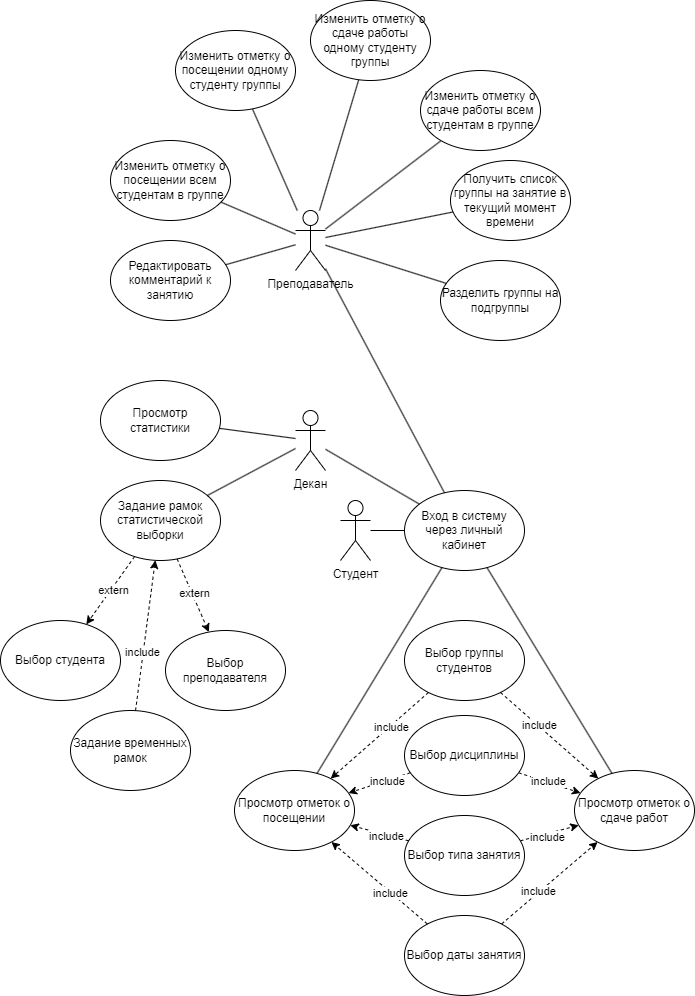
Before: ВКР/drawio/png/Спецификации-Use - case.drawio.png, a diagram exported from draw.io (kuskas112/Labs). Source tidied: cells renumbered, new cells last; positions are measured from the earlier drawing's top-left corner, leaving out a move shared by most shapes.
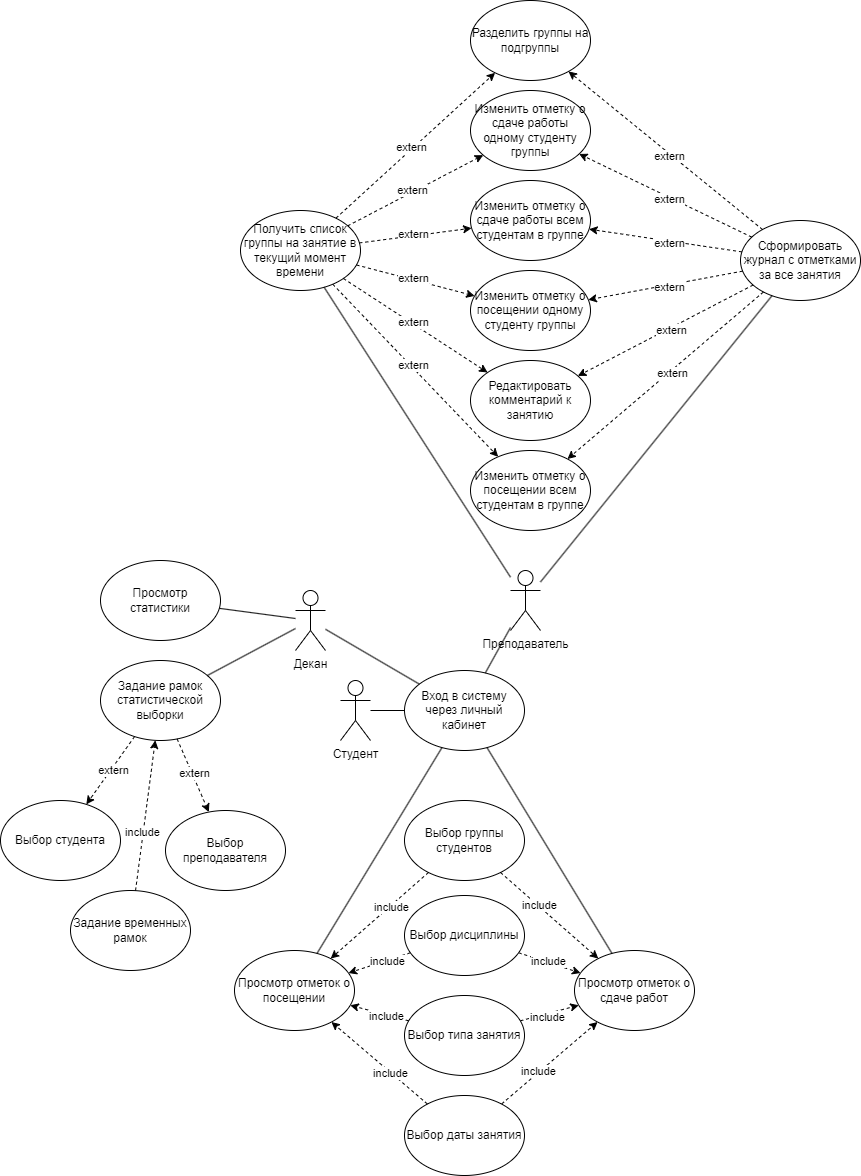
Later version of the same file.

Diff of the diagram source:
```diff
@@ -5,38 +5,23 @@
     <mxCell id="2" value="Студент" style="shape=umlActor;verticalLabelPosition=bottom;verticalAlign=top;html=1;outlineConnect=0;" parent="1" vertex="1">
       <mxGeometry x="340" y="500" width="30" height="60" as="geometry" />
     </mxCell>
-    <mxCell id="3" style="edgeStyle=none;rounded=0;jettySize=auto;html=1;strokeColor=default;align=center;verticalAlign=middle;fontFamily=Helvetica;fontSize=11;fontColor=default;labelBackgroundColor=default;endArrow=none;endFill=0;" parent="1" edge="1" source="8" target="12">
-      <mxGeometry relative="1" as="geometry" />
-    </mxCell>
-    <mxCell id="4" style="edgeStyle=none;rounded=0;jettySize=auto;html=1;strokeColor=default;align=center;verticalAlign=middle;fontFamily=Helvetica;fontSize=11;fontColor=default;labelBackgroundColor=default;endArrow=none;endFill=0;" parent="1" edge="1" source="8" target="11">
-      <mxGeometry relative="1" as="geometry" />
-    </mxCell>
-    <mxCell id="5" style="edgeStyle=none;rounded=0;jettySize=auto;html=1;strokeColor=default;align=center;verticalAlign=middle;fontFamily=Helvetica;fontSize=11;fontColor=default;labelBackgroundColor=default;endArrow=none;endFill=0;" parent="1" edge="1" source="8" target="13">
-      <mxGeometry relative="1" as="geometry" />
-    </mxCell>
-    <mxCell id="6" style="edgeStyle=none;rounded=0;jettySize=auto;html=1;strokeColor=default;align=center;verticalAlign=middle;fontFamily=Helvetica;fontSize=11;fontColor=default;labelBackgroundColor=default;endArrow=none;endFill=0;" parent="1" edge="1" source="8" target="9">
-      <mxGeometry relative="1" as="geometry" />
-    </mxCell>
-    <mxCell id="7" style="edgeStyle=none;rounded=0;jettySize=auto;html=1;strokeColor=default;align=center;verticalAlign=middle;fontFamily=Helvetica;fontSize=11;fontColor=default;labelBackgroundColor=default;endArrow=none;endFill=0;" parent="1" edge="1" source="8" target="10">
-      <mxGeometry relative="1" as="geometry" />
-    </mxCell>
     <mxCell id="8" value="Преподаватель" style="shape=umlActor;verticalLabelPosition=bottom;verticalAlign=top;html=1;outlineConnect=0;" parent="1" vertex="1">
-      <mxGeometry x="295" y="210" width="30" height="60" as="geometry" />
+      <mxGeometry x="510" y="390" width="30" height="60" as="geometry" />
     </mxCell>
     <mxCell id="9" value="Редактировать комментарий к занятию" style="ellipse;whiteSpace=wrap;html=1;" parent="1" vertex="1">
-      <mxGeometry x="110" y="240" width="120" height="80" as="geometry" />
+      <mxGeometry x="470" y="180" width="120" height="80" as="geometry" />
     </mxCell>
     <mxCell id="10" value="Изменить отметку о посещении всем студентам в группе" style="ellipse;whiteSpace=wrap;html=1;" parent="1" vertex="1">
-      <mxGeometry x="110" y="140" width="120" height="80" as="geometry" />
+      <mxGeometry x="470" y="270" width="120" height="80" as="geometry" />
     </mxCell>
     <mxCell id="11" value="Изменить отметку о посещении одному студенту группы" style="ellipse;whiteSpace=wrap;html=1;" parent="1" vertex="1">
-      <mxGeometry x="175" y="30" width="120" height="80" as="geometry" />
+      <mxGeometry x="470" y="90" width="120" height="80" as="geometry" />
     </mxCell>
     <mxCell id="12" value="Изменить отметку о сдаче работы одному студенту группы" style="ellipse;whiteSpace=wrap;html=1;" parent="1" vertex="1">
-      <mxGeometry x="310" width="120" height="80" as="geometry" />
+      <mxGeometry x="470" y="-90" width="120" height="80" as="geometry" />
     </mxCell>
     <mxCell id="13" value="Изменить отметку о сдаче работы всем студентам в группе" style="ellipse;whiteSpace=wrap;html=1;" parent="1" vertex="1">
-      <mxGeometry x="420" y="70" width="120" height="80" as="geometry" />
+      <mxGeometry x="470" width="120" height="80" as="geometry" />
     </mxCell>
     <mxCell id="14" value="Вход в систему через личный кабинет" style="ellipse;whiteSpace=wrap;html=1;" parent="1" vertex="1">
       <mxGeometry x="404" y="490" width="120" height="80" as="geometry" />
@@ -80,17 +65,14 @@
       <mxGeometry x="404" y="715" width="120" height="80" as="geometry" />
     </mxCell>
     <mxCell id="27" value="Получить список группы на занятие в текущий момент времени" style="ellipse;whiteSpace=wrap;html=1;" parent="1" vertex="1">
-      <mxGeometry x="450" y="160" width="120" height="80" as="geometry" />
+      <mxGeometry x="240" y="30" width="120" height="80" as="geometry" />
     </mxCell>
     <mxCell id="28" value="Разделить группы на подгруппы" style="ellipse;whiteSpace=wrap;html=1;" parent="1" vertex="1">
-      <mxGeometry x="440" y="260" width="120" height="80" as="geometry" />
+      <mxGeometry x="470" y="-180" width="120" height="80" as="geometry" />
     </mxCell>
     <mxCell id="29" style="edgeStyle=none;rounded=0;jettySize=auto;html=1;strokeColor=default;align=center;verticalAlign=middle;fontFamily=Helvetica;fontSize=11;fontColor=default;labelBackgroundColor=default;endArrow=none;endFill=0;" parent="1" edge="1" source="8" target="27">
       <mxGeometry relative="1" as="geometry" />
     </mxCell>
-    <mxCell id="30" style="edgeStyle=none;rounded=0;jettySize=auto;html=1;strokeColor=default;align=center;verticalAlign=middle;fontFamily=Helvetica;fontSize=11;fontColor=default;labelBackgroundColor=default;endArrow=none;endFill=0;" parent="1" edge="1" source="8" target="28">
-      <mxGeometry relative="1" as="geometry" />
-    </mxCell>
     <mxCell id="31" style="edgeStyle=none;rounded=0;jettySize=auto;html=1;dashed=1;strokeColor=default;align=center;verticalAlign=middle;fontFamily=Helvetica;fontSize=11;fontColor=default;labelBackgroundColor=default;endArrow=classic;endFill=1;" parent="1" edge="1" source="17" target="16">
       <mxGeometry relative="1" as="geometry" />
     </mxCell>
@@ -178,5 +160,83 @@
     <mxCell id="59" value="include" style="edgeLabel;html=1;align=center;verticalAlign=middle;fontFamily=Helvetica;fontSize=11;fontColor=default;labelBackgroundColor=default;" parent="58" vertex="1">
       <mxGeometry x="-0.22" y="1" relative="1" as="geometry" />
     </mxCell>
+    <mxCell id="60" style="edgeStyle=none;rounded=0;jettySize=auto;html=1;dashed=1;strokeColor=default;align=center;verticalAlign=middle;fontFamily=Helvetica;fontSize=11;fontColor=default;labelBackgroundColor=default;endArrow=classic;endFill=1;" parent="1" edge="1" source="27" target="13">
+      <mxGeometry relative="1" as="geometry" />
+    </mxCell>
+    <mxCell id="61" value="extern" style="edgeLabel;html=1;align=center;verticalAlign=middle;" parent="60" vertex="1">
+      <mxGeometry x="-0.05" y="2" relative="1" as="geometry" />
+    </mxCell>
+    <mxCell id="62" style="edgeStyle=none;rounded=0;jettySize=auto;html=1;dashed=1;strokeColor=default;align=center;verticalAlign=middle;fontFamily=Helvetica;fontSize=11;fontColor=default;labelBackgroundColor=default;endArrow=classic;endFill=1;" parent="1" edge="1" source="27" target="12">
+      <mxGeometry relative="1" as="geometry" />
+    </mxCell>
+    <mxCell id="63" value="extern" style="edgeLabel;html=1;align=center;verticalAlign=middle;" parent="62" vertex="1">
+      <mxGeometry x="-0.05" y="2" relative="1" as="geometry" />
+    </mxCell>
+    <mxCell id="64" style="edgeStyle=none;rounded=0;jettySize=auto;html=1;dashed=1;strokeColor=default;align=center;verticalAlign=middle;fontFamily=Helvetica;fontSize=11;fontColor=default;labelBackgroundColor=default;endArrow=classic;endFill=1;" parent="1" edge="1" source="27" target="11">
+      <mxGeometry relative="1" as="geometry" />
+    </mxCell>
+    <mxCell id="65" value="extern" style="edgeLabel;html=1;align=center;verticalAlign=middle;" parent="64" vertex="1">
+      <mxGeometry x="-0.05" y="2" relative="1" as="geometry" />
+    </mxCell>
+    <mxCell id="66" style="edgeStyle=none;rounded=0;jettySize=auto;html=1;dashed=1;strokeColor=default;align=center;verticalAlign=middle;fontFamily=Helvetica;fontSize=11;fontColor=default;labelBackgroundColor=default;endArrow=classic;endFill=1;" parent="1" edge="1" source="27" target="10">
+      <mxGeometry relative="1" as="geometry" />
+    </mxCell>
+    <mxCell id="67" value="extern" style="edgeLabel;html=1;align=center;verticalAlign=middle;" parent="66" vertex="1">
+      <mxGeometry x="-0.05" y="2" relative="1" as="geometry" />
+    </mxCell>
+    <mxCell id="68" style="edgeStyle=none;rounded=0;jettySize=auto;html=1;dashed=1;strokeColor=default;align=center;verticalAlign=middle;fontFamily=Helvetica;fontSize=11;fontColor=default;labelBackgroundColor=default;endArrow=classic;endFill=1;" parent="1" edge="1" source="27" target="9">
+      <mxGeometry relative="1" as="geometry" />
+    </mxCell>
+    <mxCell id="69" value="extern" style="edgeLabel;html=1;align=center;verticalAlign=middle;" parent="68" vertex="1">
+      <mxGeometry x="-0.05" y="2" relative="1" as="geometry" />
+    </mxCell>
+    <mxCell id="70" style="edgeStyle=none;rounded=0;jettySize=auto;html=1;dashed=1;strokeColor=default;align=center;verticalAlign=middle;fontFamily=Helvetica;fontSize=11;fontColor=default;labelBackgroundColor=default;endArrow=classic;endFill=1;" parent="1" edge="1" source="27" target="28">
+      <mxGeometry relative="1" as="geometry" />
+    </mxCell>
+    <mxCell id="71" value="extern" style="edgeLabel;html=1;align=center;verticalAlign=middle;" parent="70" vertex="1">
+      <mxGeometry x="-0.05" y="2" relative="1" as="geometry" />
+    </mxCell>
+    <mxCell id="72" value="Сформировать журнал с отметками за все занятия" style="ellipse;whiteSpace=wrap;html=1;" parent="1" vertex="1">
+      <mxGeometry x="740" y="40" width="120" height="80" as="geometry" />
+    </mxCell>
+    <mxCell id="73" style="edgeStyle=none;rounded=0;jettySize=auto;html=1;dashed=1;strokeColor=default;align=center;verticalAlign=middle;fontFamily=Helvetica;fontSize=11;fontColor=default;labelBackgroundColor=default;endArrow=classic;endFill=1;" parent="1" edge="1" source="72" target="28">
+      <mxGeometry relative="1" as="geometry" />
+    </mxCell>
+    <mxCell id="74" value="extern" style="edgeLabel;html=1;align=center;verticalAlign=middle;" parent="73" vertex="1">
+      <mxGeometry x="-0.05" y="2" relative="1" as="geometry" />
+    </mxCell>
+    <mxCell id="75" style="edgeStyle=none;rounded=0;jettySize=auto;html=1;dashed=1;strokeColor=default;align=center;verticalAlign=middle;fontFamily=Helvetica;fontSize=11;fontColor=default;labelBackgroundColor=default;endArrow=classic;endFill=1;" parent="1" edge="1" source="72" target="12">
+      <mxGeometry relative="1" as="geometry" />
+    </mxCell>
+    <mxCell id="76" value="extern" style="edgeLabel;html=1;align=center;verticalAlign=middle;" parent="75" vertex="1">
+      <mxGeometry x="-0.05" y="2" relative="1" as="geometry" />
+    </mxCell>
+    <mxCell id="77" style="edgeStyle=none;rounded=0;jettySize=auto;html=1;dashed=1;strokeColor=default;align=center;verticalAlign=middle;fontFamily=Helvetica;fontSize=11;fontColor=default;labelBackgroundColor=default;endArrow=classic;endFill=1;" parent="1" edge="1" source="72" target="13">
+      <mxGeometry relative="1" as="geometry" />
+    </mxCell>
+    <mxCell id="78" value="extern" style="edgeLabel;html=1;align=center;verticalAlign=middle;" parent="77" vertex="1">
+      <mxGeometry x="-0.05" y="2" relative="1" as="geometry" />
+    </mxCell>
+    <mxCell id="79" style="edgeStyle=none;rounded=0;jettySize=auto;html=1;dashed=1;strokeColor=default;align=center;verticalAlign=middle;fontFamily=Helvetica;fontSize=11;fontColor=default;labelBackgroundColor=default;endArrow=classic;endFill=1;" parent="1" edge="1" source="72" target="11">
+      <mxGeometry relative="1" as="geometry" />
+    </mxCell>
+    <mxCell id="80" value="extern" style="edgeLabel;html=1;align=center;verticalAlign=middle;" parent="79" vertex="1">
+      <mxGeometry x="-0.05" y="2" relative="1" as="geometry" />
+    </mxCell>
+    <mxCell id="81" style="edgeStyle=none;rounded=0;jettySize=auto;html=1;dashed=1;strokeColor=default;align=center;verticalAlign=middle;fontFamily=Helvetica;fontSize=11;fontColor=default;labelBackgroundColor=default;endArrow=classic;endFill=1;" parent="1" edge="1" source="72" target="9">
+      <mxGeometry relative="1" as="geometry" />
+    </mxCell>
+    <mxCell id="82" value="extern" style="edgeLabel;html=1;align=center;verticalAlign=middle;" parent="81" vertex="1">
+      <mxGeometry x="-0.05" y="2" relative="1" as="geometry" />
+    </mxCell>
+    <mxCell id="83" style="edgeStyle=none;rounded=0;jettySize=auto;html=1;dashed=1;strokeColor=default;align=center;verticalAlign=middle;fontFamily=Helvetica;fontSize=11;fontColor=default;labelBackgroundColor=default;endArrow=classic;endFill=1;" parent="1" edge="1" source="72" target="10">
+      <mxGeometry relative="1" as="geometry" />
+    </mxCell>
+    <mxCell id="84" value="extern" style="edgeLabel;html=1;align=center;verticalAlign=middle;" parent="83" vertex="1">
+      <mxGeometry x="-0.05" y="2" relative="1" as="geometry" />
+    </mxCell>
+    <mxCell id="85" style="edgeStyle=none;rounded=0;jettySize=auto;html=1;strokeColor=default;align=center;verticalAlign=middle;fontFamily=Helvetica;fontSize=11;fontColor=default;labelBackgroundColor=default;endArrow=none;endFill=0;" parent="1" edge="1" source="8" target="72">
+      <mxGeometry relative="1" as="geometry" />
+    </mxCell>
   </root>
 </mxGraphModel>
```
